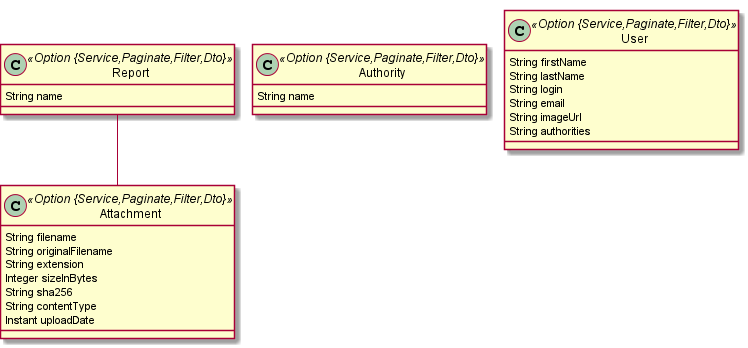
Above: model/attachments.png in vicpermir/jhipster-ng-attachments (PlantUML), before the change. Source of this version:
```plantuml
@startuml
	!pragma graphviz_dot jdot
	!pragma syntax class
	class Report <<Option {Service,Paginate,Filter,Dto}>> {
		String name
	}
	class Attachment <<Option {Service,Paginate,Filter,Dto}>> {
		String filename
		String originalFilename
		String extension
		Integer sizeInBytes
		String sha256
		String contentType
		Instant uploadDate
	}
	Report  "attachments 0..* " o--o "reports 0..* "  Attachment
	class Authority <<Option {Service,Paginate,Filter,Dto}>> {
		String name
	}
	class User <<Option {Service,Paginate,Filter,Dto}>> {
		String firstName
		String lastName
		String login
		String email
		String imageUrl
		String authorities
	}
@enduml
```
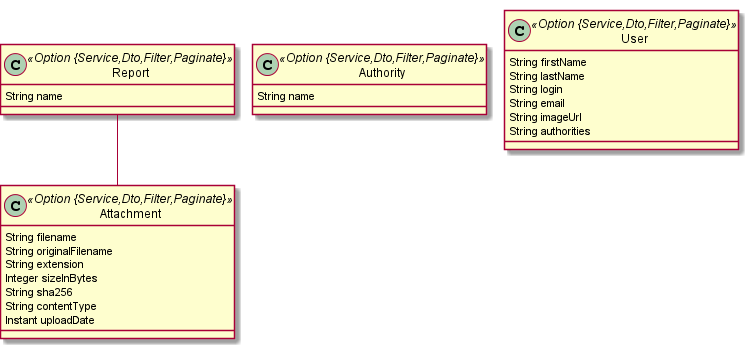
After the commit.

Commit message:
Fixed translation for a variable name

Diff of the diagram source:
```diff
@@ -1,10 +1,10 @@
 @startuml
 	!pragma graphviz_dot jdot
 	!pragma syntax class
-	class Report <<Option {Service,Paginate,Filter,Dto}>> {
+	class Report <<Option {Service,Dto,Filter,Paginate}>> {
 		String name
 	}
-	class Attachment <<Option {Service,Paginate,Filter,Dto}>> {
+	class Attachment <<Option {Service,Dto,Filter,Paginate}>> {
 		String filename
 		String originalFilename
 		String extension
@@ -14,10 +14,10 @@
 		Instant uploadDate
 	}
 	Report  "attachments 0..* " o--o "reports 0..* "  Attachment
-	class Authority <<Option {Service,Paginate,Filter,Dto}>> {
+	class Authority <<Option {Service,Dto,Filter,Paginate}>> {
 		String name
 	}
-	class User <<Option {Service,Paginate,Filter,Dto}>> {
+	class User <<Option {Service,Dto,Filter,Paginate}>> {
 		String firstName
 		String lastName
 		String login
```
